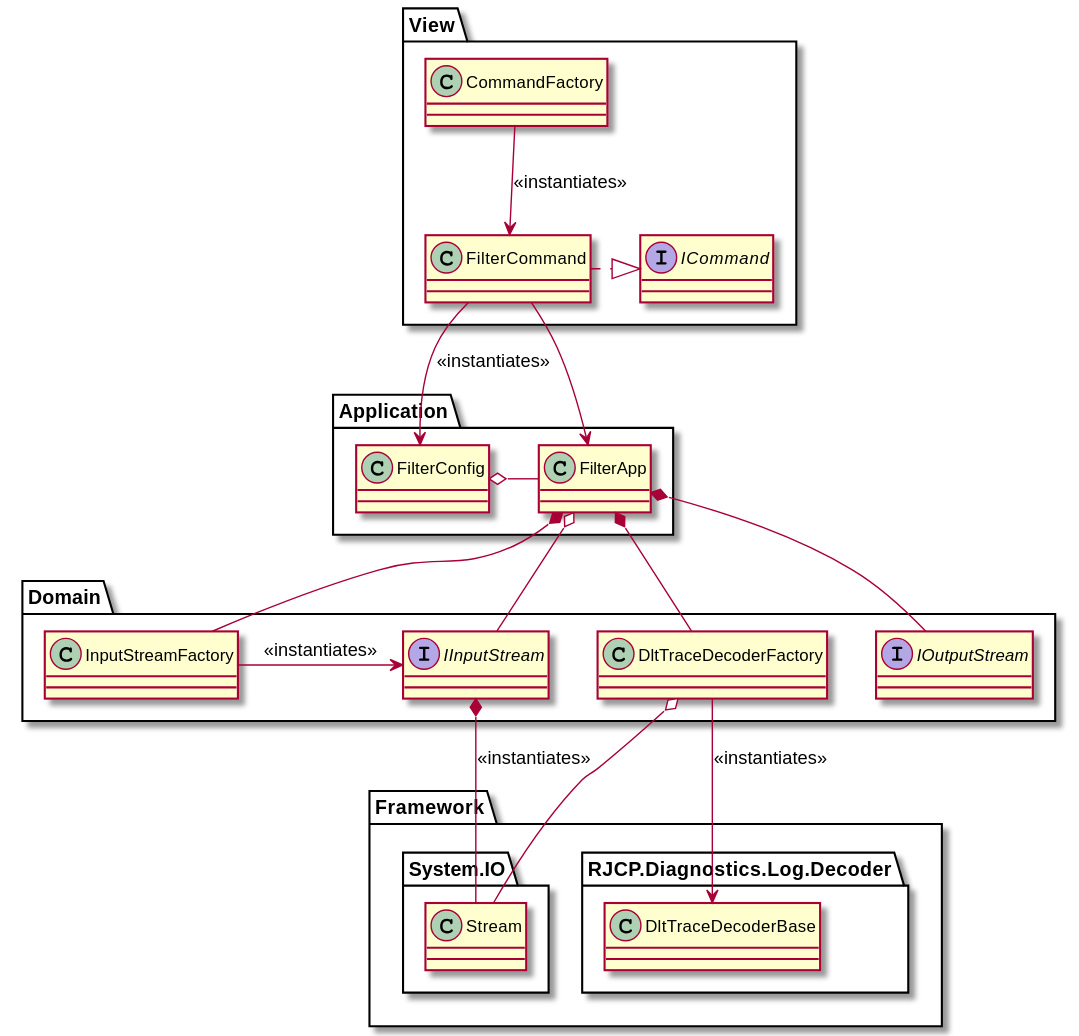
Before: apps/DltDump/docs/out/diagrams/appfilterinit/App.Filter.Initialization.svg, a diagram exported from PlantUML (jcurl/RJCP.DLL.Log).
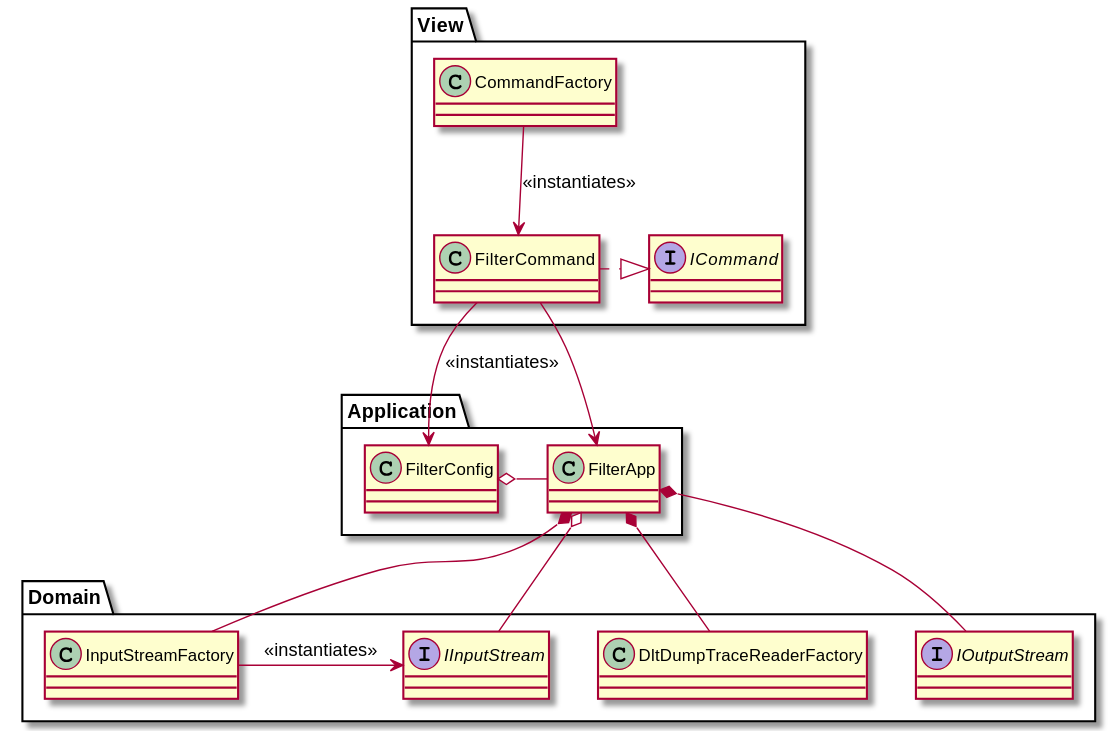
After the change.

What changed in the source:
```diff
@@ -22,7 +22,7 @@
     FilterConfig o-r- FilterApp
 
     FilterApp *-d- Domain.InputStreamFactory
-    FilterApp *-d- Domain.DltTraceDecoderFactory
+    FilterApp *-d- Domain.DltDumpTraceReaderFactory
     FilterApp o-d- Domain.IInputStream
     FilterApp *-d- Domain.IOutputStream
 }
@@ -30,24 +30,10 @@
 namespace Domain {
     class InputStreamFactory
     interface IInputStream
-    class DltTraceDecoderFactory
+    class DltDumpTraceReaderFactory
     interface IOutputStream
 
     InputStreamFactory -r-> IInputStream : <<instantiates>>
 }
 
-namespace Framework {
-    namespace System.IO {
-        class Stream
-    }
-
-    namespace RJCP.Diagnostics.Log.Decoder {
-        class DltTraceDecoderBase
-    }
-
-    Domain.IInputStream *-d- System.IO.Stream : <<instantiates>>
-    Domain.DltTraceDecoderFactory --> RJCP.Diagnostics.Log.Decoder.DltTraceDecoderBase : <<instantiates>>
-    Domain.DltTraceDecoderFactory o-d- System.IO.Stream
-}
-
 @enduml
```
